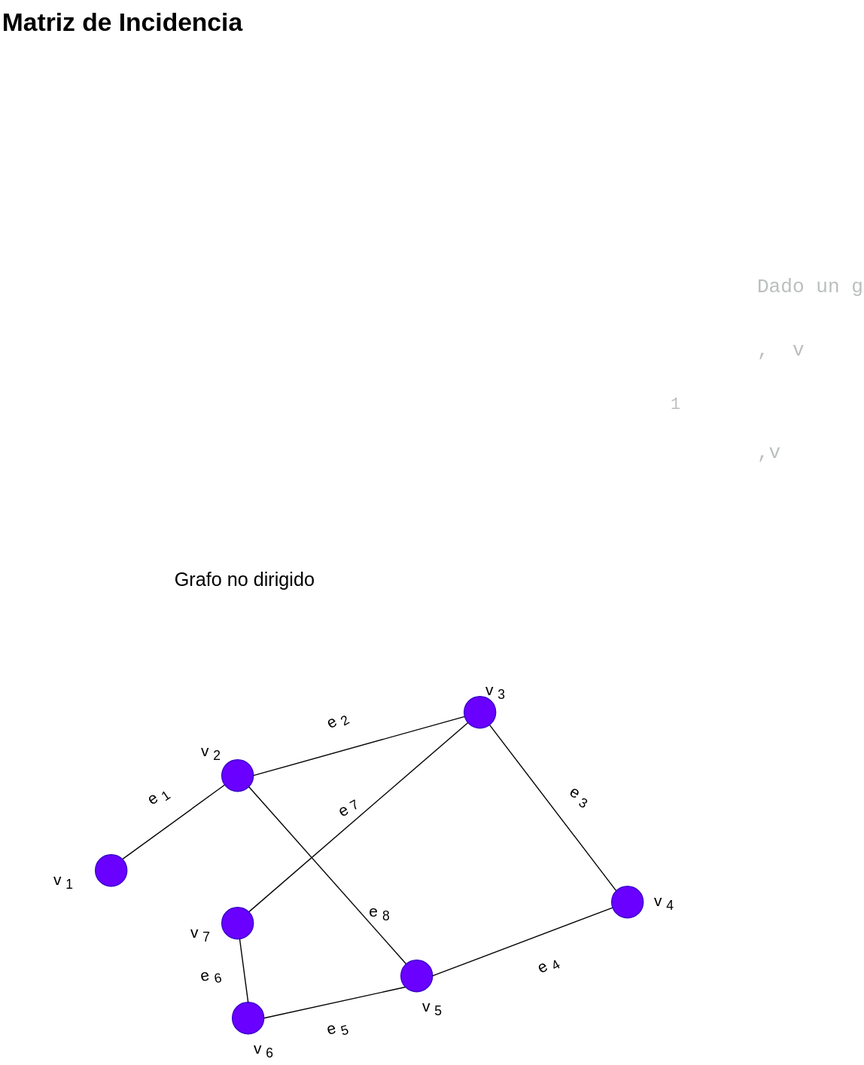
Nordcode-cyber/Algoritmos-Estructdatos keeps this draw.io diagram as Estructura-de-datos/Grafos/Matriz-Incidencia.drawio.svg. Above is the earlier version. Source tidied: cells renumbered, new cells last; positions are measured from the earlier drawing's top-left corner, leaving out a move shared by most shapes.
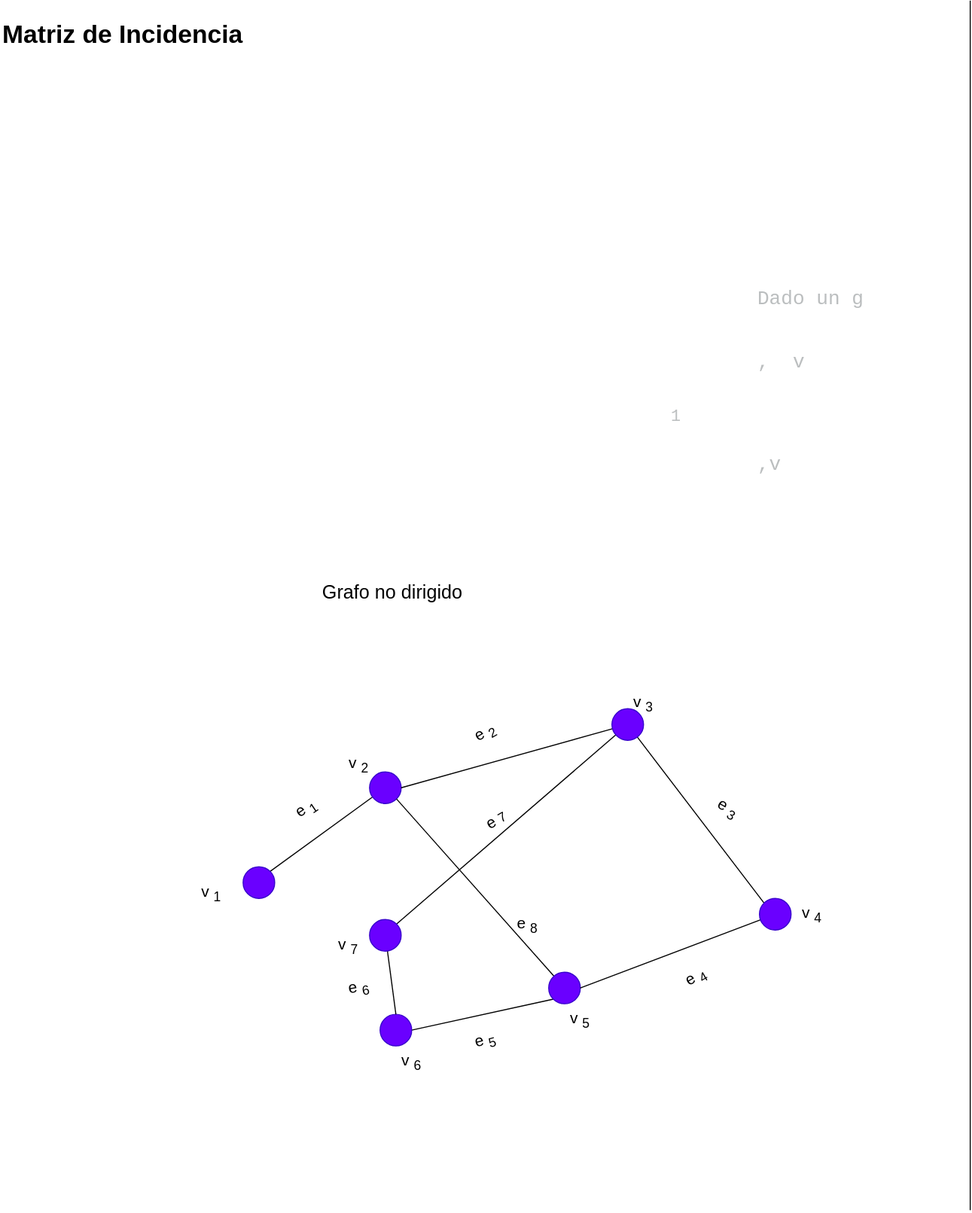
Above is the later version.

The edit, as a diff of the source:
```diff
@@ -3,7 +3,7 @@
     <mxCell id="0" />
     <mxCell id="1" parent="0" />
     <mxCell id="2" value="&lt;h1 style=&quot;margin-top: 0px;&quot;&gt;Matriz de Incidencia&lt;span style=&quot;font-family: Consolas, &amp;quot;Courier New&amp;quot;, monospace; font-size: 14px; white-space: pre; font-weight: normal; color: rgb(187, 190, 191);&quot;&gt; &lt;/span&gt;&lt;/h1&gt;&lt;div&gt;&lt;span style=&quot;font-family: Consolas, &amp;quot;Courier New&amp;quot;, monospace; white-space: pre; font-weight: normal; color: rgb(187, 190, 191);&quot;&gt;&lt;span style=&quot;font-size: 14px;&quot;&gt;&lt;br&gt;&lt;br&gt;&lt;/span&gt;&lt;p class=&quot;MsoNormal&quot; style=&quot;font-size: 14px;&quot;&gt;&lt;span lang=&quot;ES&quot; style=&quot;font-size:14.0pt;mso-bidi-font-size:&amp;lt;br/&amp;gt;11.0pt;line-height:107%;mso-ansi-language:ES&quot;&gt;Dado un grafo G= (V, E) de n vértices&lt;br&gt;,&amp;nbsp; v&lt;sub&gt;1&lt;/sub&gt;,v&lt;sub&gt;2&lt;/sub&gt;,...v&lt;sub&gt;n &lt;/sub&gt;&lt;/span&gt;&lt;span lang=&quot;ES&quot; style=&quot;font-size:14.0pt;mso-bidi-font-size:11.0pt;&amp;lt;br/&amp;gt;line-height:107%;font-family:&amp;quot;Cambria Math&amp;quot;,serif;mso-bidi-font-family:&amp;quot;Cambria Math&amp;quot;;&amp;lt;br/&amp;gt;mso-ansi-language:ES&quot;&gt;∈&lt;/span&gt;&lt;span lang=&quot;ES&quot; style=&quot;font-size:14.0pt;mso-bidi-font-size:&amp;lt;br/&amp;gt;11.0pt;line-height:107%;mso-ansi-language:ES&quot;&gt; V,&amp;nbsp; e&lt;sub&gt;1&lt;/sub&gt;,e&lt;sub&gt;2&lt;/sub&gt;,...e&lt;sub&gt;n&lt;/sub&gt; &lt;/span&gt;&lt;span lang=&quot;ES&quot; style=&quot;font-size:14.0pt;mso-bidi-font-size:11.0pt;line-height:107%;&amp;lt;br/&amp;gt;font-family:&amp;quot;Cambria Math&amp;quot;,serif;mso-bidi-font-family:&amp;quot;Cambria Math&amp;quot;;&amp;lt;br/&amp;gt;mso-ansi-language:ES&quot;&gt;∈&lt;/span&gt;&lt;span lang=&quot;ES&quot; style=&quot;font-family:&amp;quot;Cambria Math&amp;quot;,serif;&amp;lt;br/&amp;gt;mso-bidi-font-family:&amp;quot;Cambria Math&amp;quot;;mso-ansi-language:ES&quot;&gt; &lt;/span&gt;&lt;span lang=&quot;ES&quot; style=&quot;font-size:14.0pt;mso-bidi-font-size:11.0pt;line-height:107%;&amp;lt;br/&amp;gt;mso-ansi-language:ES&quot;&gt;E.&lt;/span&gt;&lt;/p&gt;&lt;p class=&quot;MsoNormal&quot; style=&quot;font-size: 14px; text-align: justify;&quot;&gt;&lt;span lang=&quot;ES&quot; style=&quot;font-size:&amp;lt;br/&amp;gt;14.0pt;mso-bidi-font-size:11.0pt;line-height:107%;mso-ansi-language:ES&quot;&gt;Sea G&lt;br&gt;un grafo de n vértices llamaremos matriz de&lt;/span&gt;&lt;/p&gt;&lt;p class=&quot;MsoNormal&quot; style=&quot;font-size: 14px; text-align: justify;&quot;&gt;&lt;span lang=&quot;ES&quot; style=&quot;font-size:&amp;lt;br/&amp;gt;14.0pt;mso-bidi-font-size:11.0pt;line-height:107%;mso-ansi-language:ES&quot;&gt;&amp;nbsp;incidencia A del grafo G, a una matriz A = &lt;/span&gt;&lt;span lang=&quot;ES&quot; style=&quot;font-size:18.0pt;mso-bidi-font-size:11.0pt;line-height:107%;&amp;lt;br/&amp;gt;mso-ansi-language:ES&quot;&gt;[&lt;/span&gt;&lt;span lang=&quot;ES&quot; style=&quot;font-size:14.0pt;line-height:&amp;lt;br/&amp;gt;107%;mso-ansi-language:ES&quot;&gt;a&lt;sub&gt;ij&lt;/sub&gt;&lt;/span&gt;&lt;span lang=&quot;ES&quot; style=&quot;font-size:&amp;lt;br/&amp;gt;18.0pt;mso-bidi-font-size:11.0pt;line-height:107%;mso-ansi-language:ES&quot;&gt;] &lt;/span&gt;&lt;span lang=&quot;ES&quot; style=&quot;font-size:14.0pt;mso-bidi-font-size:11.0pt;line-height:107%;&amp;lt;br/&amp;gt;font-family:&amp;quot;Cambria Math&amp;quot;,serif;mso-bidi-font-family:&amp;quot;Cambria Math&amp;quot;;&amp;lt;br/&amp;gt;mso-ansi-language:ES&quot;&gt;∈ M&lt;/span&gt;&lt;span lang=&quot;ES&quot; style=&quot;font-size:&amp;lt;br/&amp;gt;12.0pt;mso-bidi-font-size:11.0pt;line-height:107%;font-family:&amp;quot;Cambria Math&amp;quot;,serif;&amp;lt;br/&amp;gt;mso-bidi-font-family:&amp;quot;Cambria Math&amp;quot;;mso-ansi-language:ES&quot;&gt;n&lt;/span&gt;&lt;span lang=&quot;ES&quot; style=&quot;font-size:16.0pt;mso-bidi-font-size:11.0pt;line-height:107%;&amp;lt;br/&amp;gt;font-family:&amp;quot;Cambria Math&amp;quot;,serif;mso-bidi-font-family:&amp;quot;Cambria Math&amp;quot;;&amp;lt;br/&amp;gt;mso-ansi-language:ES&quot;&gt;(R),&lt;/span&gt;&lt;/p&gt;&lt;p class=&quot;MsoNormal&quot; style=&quot;font-size: 14px; text-align: justify;&quot;&gt;&lt;span lang=&quot;ES&quot; style=&quot;font-size:16.0pt;mso-bidi-font-size:11.0pt;line-height:107%;&amp;lt;br/&amp;gt;font-family:&amp;quot;Cambria Math&amp;quot;,serif;mso-bidi-font-family:&amp;quot;Cambria Math&amp;quot;;&amp;lt;br/&amp;gt;mso-ansi-language:ES&quot;&gt;() Las columna de la matriz representa las aristas del grafo.&lt;/span&gt;&lt;/p&gt;&lt;p class=&quot;MsoNormal&quot; style=&quot;font-size: 14px; text-align: justify;&quot;&gt;&lt;span lang=&quot;ES&quot; style=&quot;font-size:16.0pt;mso-bidi-font-size:11.0pt;line-height:107%;&amp;lt;br/&amp;gt;font-family:&amp;quot;Cambria Math&amp;quot;,serif;mso-bidi-font-family:&amp;quot;Cambria Math&amp;quot;;&amp;lt;br/&amp;gt;mso-ansi-language:ES&quot;&gt;() Las filas representan a los vertices.&lt;/span&gt;&lt;/p&gt;&lt;p class=&quot;MsoNormal&quot; style=&quot;font-size: 14px; text-align: justify;&quot;&gt;&lt;span lang=&quot;ES&quot; style=&quot;font-size:16.0pt;mso-bidi-font-size:11.0pt;line-height:107%;&amp;lt;br/&amp;gt;font-family:&amp;quot;Cambria Math&amp;quot;,serif;mso-bidi-font-family:&amp;quot;Cambria Math&amp;quot;;&amp;lt;br/&amp;gt;mso-ansi-language:ES&quot;&gt;() Por cada vertice unido por una arista:&lt;/span&gt;&lt;/p&gt;&lt;p class=&quot;MsoNormal&quot; style=&quot;text-align: justify;&quot;&gt;&lt;span lang=&quot;ES&quot; style=&quot;font-size: 16pt; line-height: 107%;&quot;&gt;  a&lt;sub&gt;ij&lt;/sub&gt; 1, si v&lt;sub&gt;i&lt;/sub&gt;&lt;/span&gt;&lt;span lang=&quot;ES&quot; style=&quot;line-height: 107%; font-size: 17.7778px;&quot;&gt; es adyacente a e&lt;sub&gt;i&lt;/sub&gt;&lt;/span&gt;&lt;/p&gt;&lt;p class=&quot;MsoNormal&quot; style=&quot;&quot;&gt;&lt;span lang=&quot;ES&quot; style=&quot;font-size: 14pt; line-height: 107%;&quot;&gt;  &lt;/span&gt;&lt;span lang=&quot;ES&quot; style=&quot;line-height: 107%;&quot;&gt;&lt;font style=&quot;&quot;&gt;&lt;span style=&quot;font-size: 21px;&quot;&gt;a&lt;/span&gt;&lt;span style=&quot;vertical-align: sub; font-size: 21px;&quot;&gt;ij 0, si &lt;/span&gt;&lt;font style=&quot;font-size: 21px;&quot;&gt;v&lt;sub&gt;i&lt;/sub&gt;&lt;/font&gt;&lt;span style=&quot;vertical-align: sub; font-size: 21px;&quot;&gt; no es adyacente a e&lt;/span&gt;&lt;span style=&quot;font-size: 21px;&quot;&gt;&lt;sub&gt;i&lt;/sub&gt;&lt;/span&gt;&lt;/font&gt;&lt;/span&gt;&lt;span lang=&quot;ES&quot; style=&quot;font-size: 14pt; line-height: 107%;&quot;&gt;&lt;br&gt;&lt;br&gt;&lt;/span&gt;&lt;/p&gt;&lt;p class=&quot;MsoNormal&quot; style=&quot;font-size: 14px;&quot;&gt;&lt;span lang=&quot;ES&quot; style=&quot;font-size:14.0pt;mso-bidi-font-size:11.0pt;line-height:107%;&amp;lt;br/&amp;gt;mso-ansi-language:ES&quot;&gt;&lt;br&gt;&lt;/span&gt;&lt;/p&gt;&lt;span style=&quot;font-size: 14px;&quot;&gt;&lt;br&gt;&lt;br&gt;&lt;/span&gt;&lt;/span&gt;&lt;/div&gt;" style="text;html=1;whiteSpace=wrap;overflow=hidden;rounded=0;" parent="1" vertex="1">
-      <mxGeometry width="820" height="440" as="geometry" />
+      <mxGeometry x="-140" width="820" height="440" as="geometry" />
     </mxCell>
     <mxCell id="3" style="edgeStyle=none;html=1;entryX=1;entryY=0;entryDx=0;entryDy=0;endArrow=none;endFill=0;" parent="1" edge="1" source="4" target="6">
       <mxGeometry relative="1" as="geometry" />
@@ -98,5 +98,11 @@
     <mxCell id="33" value="&lt;font style=&quot;font-size: 15px; color: light-dark(rgb(0, 0, 0), rgb(255, 51, 51));&quot;&gt;e&lt;sub&gt;8&lt;/sub&gt;&lt;/font&gt;" style="text;html=1;align=center;verticalAlign=middle;whiteSpace=wrap;rounded=0;" parent="1" vertex="1">
       <mxGeometry x="330" y="850" width="60" height="30" as="geometry" />
     </mxCell>
+    <mxCell id="34" style="endArrow=none;html=1;" parent="1" edge="1">
+      <mxGeometry relative="1" as="geometry">
+        <mxPoint x="780" y="1135.8" as="sourcePoint" />
+        <mxPoint x="780" y="-11.9" as="targetPoint" />
+      </mxGeometry>
+    </mxCell>
   </root>
 </mxGraphModel>
```
